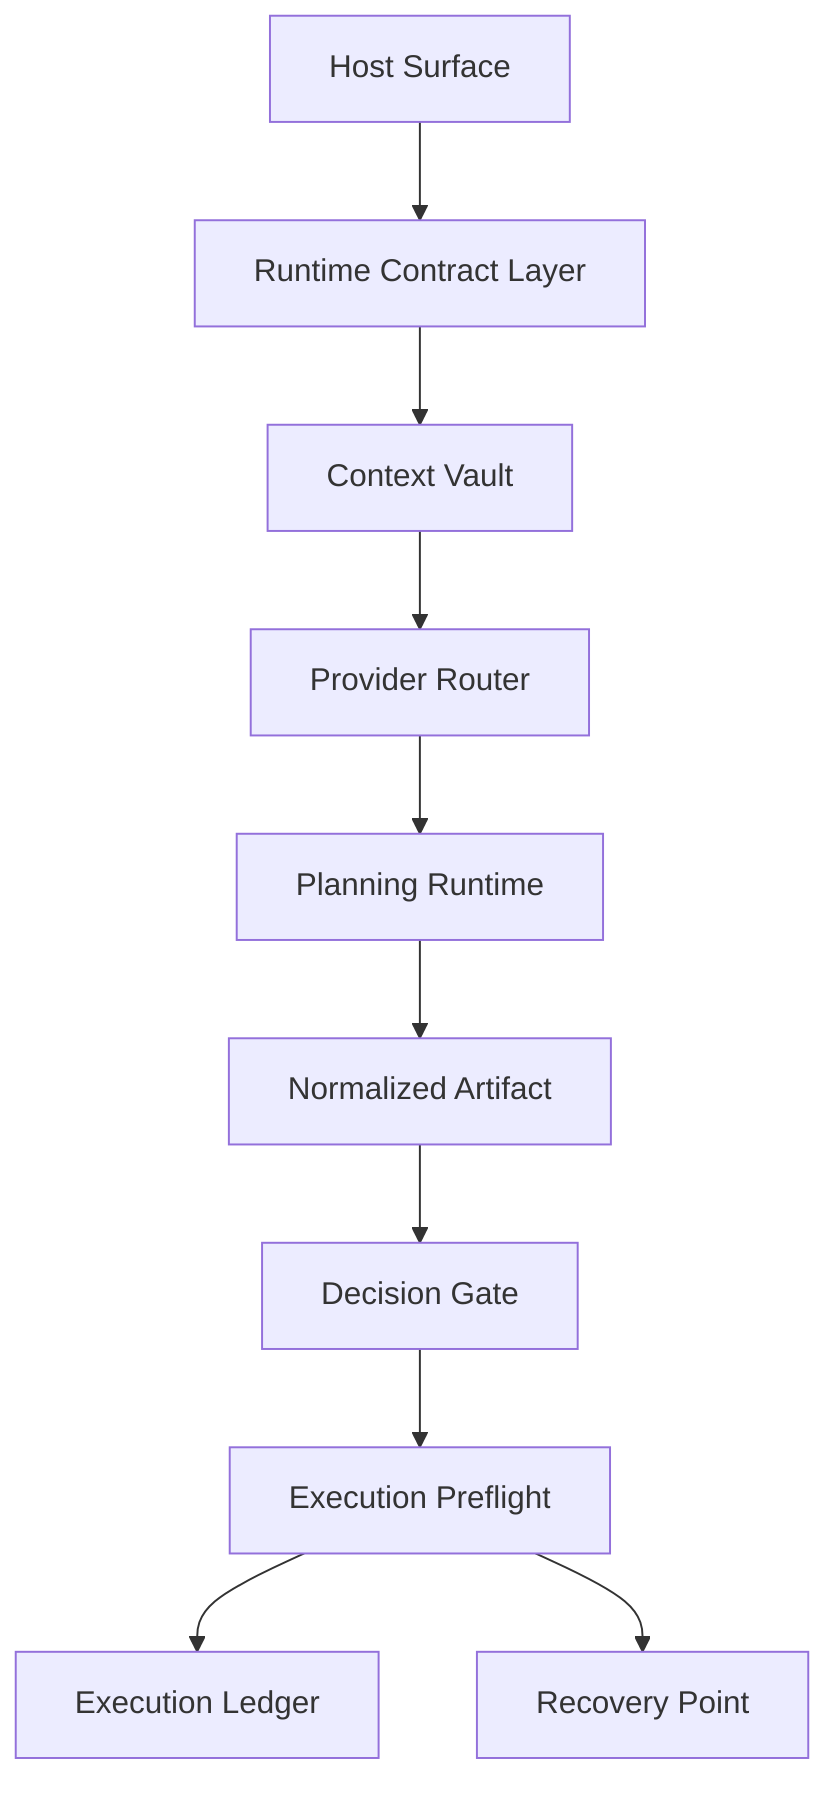
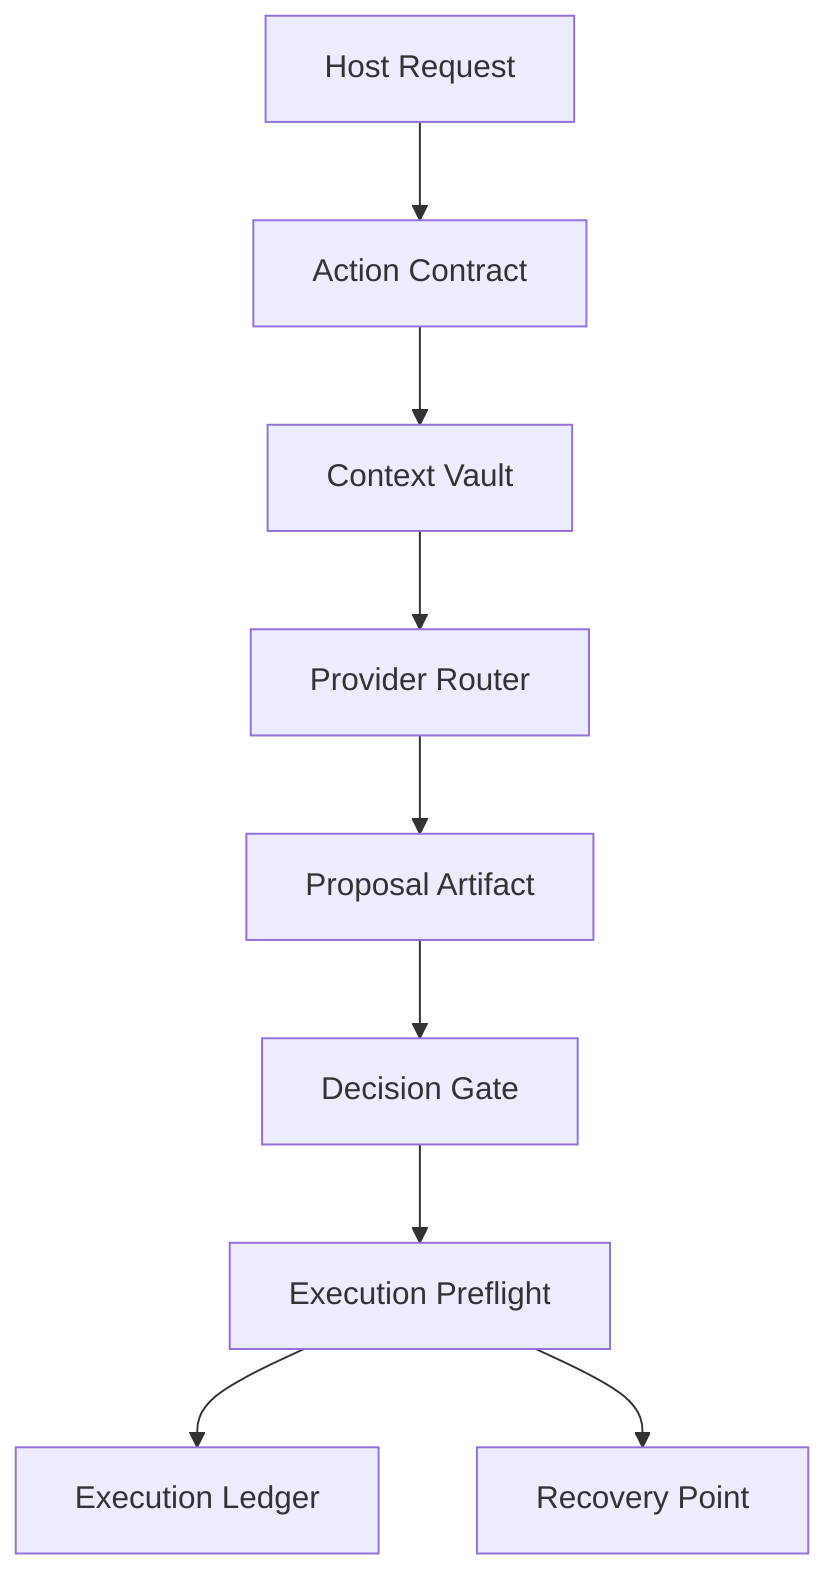
%% deterministic-agent-runtime-architecture
%% Copyright (c) 2026 Stefan Len
%% SPDX-License-Identifier: MIT

flowchart TD
-     Host["Host Surface"] --> Runtime["Runtime Contract Layer"]
+     Host["Host Request"] --> Runtime["Action Contract"]
    Runtime --> Vault["Context Vault"]
    Vault --> Router["Provider Router"]
-     Router --> Planner["Planning Runtime"]
-     Planner --> Artifact["Normalized Artifact"]
+     Router --> Artifact["Proposal Artifact"]
    Artifact --> Decision["Decision Gate"]
    Decision --> Preflight["Execution Preflight"]
    Preflight --> Ledger["Execution Ledger"]
    Preflight --> Recovery["Recovery Point"]
